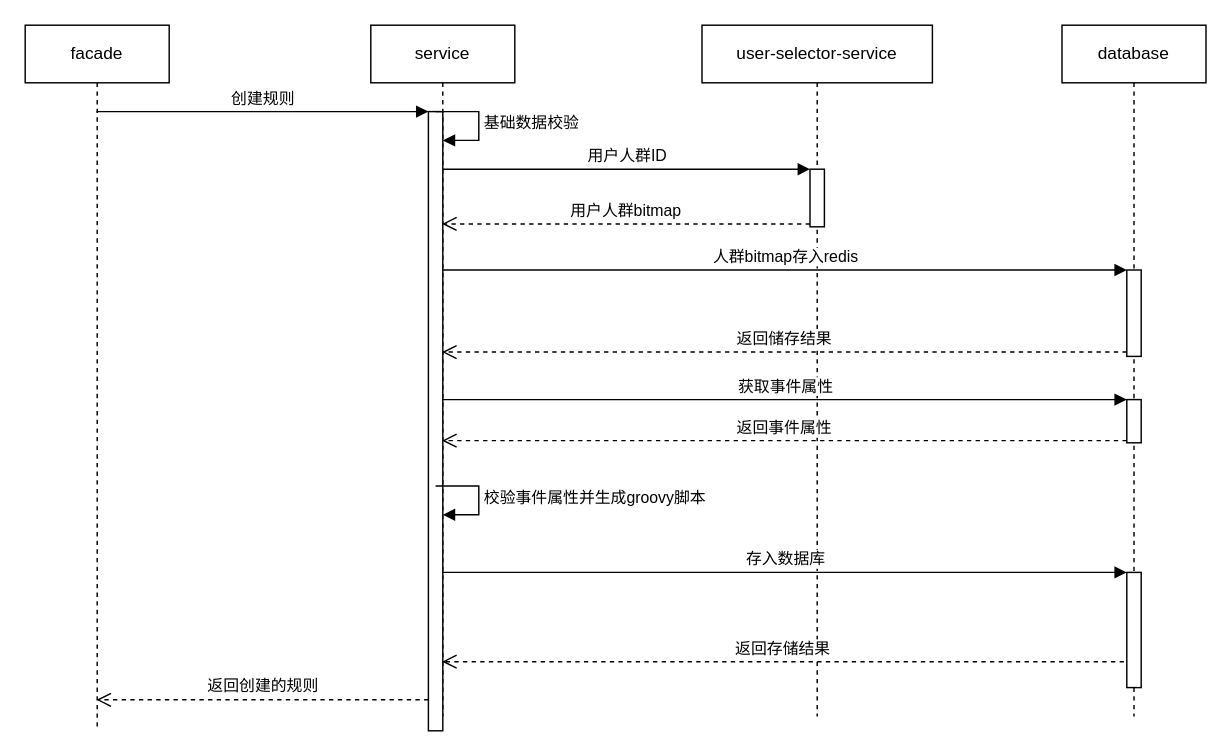
NeverMore93/draw keeps this draw.io diagram as 事件中心/规则时序图.drawio. Above is the earlier version. Source tidied: cells renumbered, new cells numbered last; positions are measured from the earlier drawing's top-left corner, leaving out a move shared by most shapes. Both pictures are drawn from the tidied source at 144%, with x=0, y=0 at pixel (24, 24).
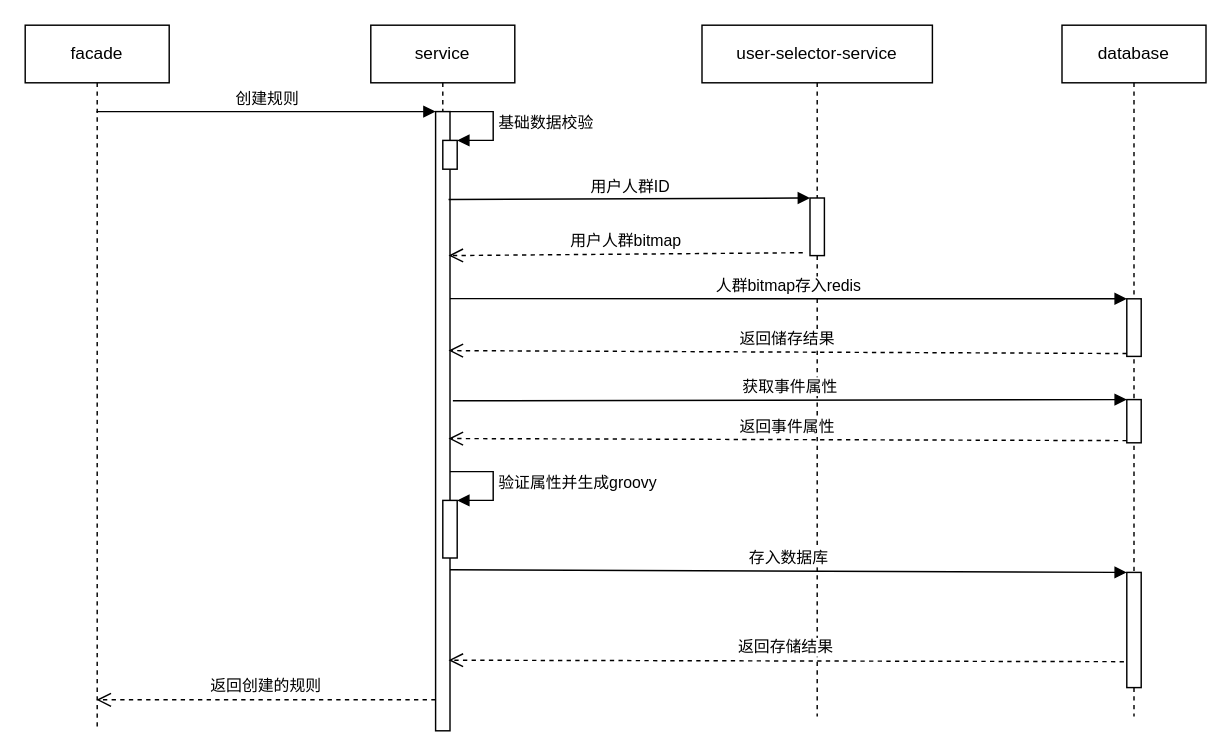
After the change.

Commit message (it also covers changes not shown here):
更新规则时序图.drawio

The change refers to these unchanged cells:
```xml
<mxCell id="4" value="user-selector-service" style="shape=umlLifeline;perimeter=lifelinePerimeter;whiteSpace=wrap;html=1;" parent="1" vertex="1">
  <mxGeometry x="470" width="160" height="480" as="geometry" />
</mxCell>
<mxCell id="10" value="database" style="shape=umlLifeline;perimeter=lifelinePerimeter;whiteSpace=wrap;html=1;" parent="1" vertex="1">
  <mxGeometry x="720" width="100" height="480" as="geometry" />
</mxCell>
<mxCell id="12" style="html=1;points=[];perimeter=orthogonalPerimeter;" parent="10" vertex="1">
  <mxGeometry x="45" y="380" width="10" height="80" as="geometry" />
</mxCell>
<mxCell id="13" style="html=1;points=[];perimeter=orthogonalPerimeter;" parent="10" vertex="1">
  <mxGeometry x="45" y="260" width="10" height="30" as="geometry" />
</mxCell>
```

Change to the diagram source:
```diff
@@
     <mxCell id="3" value="service" style="shape=umlLifeline;perimeter=lifelinePerimeter;whiteSpace=wrap;html=1;outlineConnect=0;" parent="1" vertex="1">
-      <mxGeometry x="240" width="100" height="480" as="geometry" />
+      <mxGeometry x="240" width="100" height="490" as="geometry" />
     </mxCell>
+    <mxCell id="18" style="html=1;points=[];perimeter=orthogonalPerimeter;" parent="3" vertex="1">
+      <mxGeometry x="45" y="60" width="10" height="430" as="geometry" />
+    </mxCell>
+    <mxCell id="23" style="html=1;points=[];perimeter=orthogonalPerimeter;" parent="3" vertex="1">
+      <mxGeometry x="50" y="330" width="10" height="40" as="geometry" />
+    </mxCell>
+    <mxCell id="24" value="验证属性并生成groovy" style="edgeStyle=orthogonalEdgeStyle;html=1;align=left;spacingLeft=2;endArrow=block;rounded=0;entryX=1;entryY=0;" parent="3" edge="1" target="23">
+      <mxGeometry relative="1" as="geometry">
+        <mxPoint x="55" y="310" as="sourcePoint" />
+        <Array as="points">
+          <mxPoint x="85" y="310" />
+        </Array>
+      </mxGeometry>
+    </mxCell>
+    <mxCell id="25" style="html=1;points=[];perimeter=orthogonalPerimeter;" parent="3" vertex="1">
+      <mxGeometry x="50" y="80" width="10" height="20" as="geometry" />
+    </mxCell>
+    <mxCell id="19" value="基础数据校验" style="edgeStyle=orthogonalEdgeStyle;html=1;align=left;spacingLeft=2;endArrow=block;rounded=0;entryX=1;entryY=0;" parent="3" edge="1" target="25">
+      <mxGeometry relative="1" as="geometry">
+        <mxPoint x="55" y="60" as="sourcePoint" />
+        <Array as="points">
+          <mxPoint x="85" y="60" />
+        </Array>
+      </mxGeometry>
+    </mxCell>
@@
     <mxCell id="5" style="html=1;points=[];perimeter=orthogonalPerimeter;" parent="4" vertex="1">
-      <mxGeometry x="75" y="100" width="10" height="40" as="geometry" />
+      <mxGeometry x="75" y="120" width="10" height="40" as="geometry" />
     </mxCell>
@@
-    <mxCell id="8" value="用户人群bitmap" style="html=1;verticalAlign=bottom;endArrow=open;dashed=1;endSize=8;exitX=0;exitY=0.95;rounded=0;" parent="1" edge="1" source="5" target="3">
-      <mxGeometry relative="1" as="geometry" />
+    <mxCell id="8" value="用户人群bitmap" style="html=1;verticalAlign=bottom;endArrow=open;dashed=1;endSize=8;rounded=0;" parent="1" edge="1">
+      <mxGeometry relative="1" as="geometry">
+        <mxPoint x="540" y="158" as="sourcePoint" />
+        <mxPoint x="294" y="160" as="targetPoint" />
+      </mxGeometry>
     </mxCell>
-    <mxCell id="9" value="用户人群ID" style="html=1;verticalAlign=bottom;endArrow=block;entryX=0;entryY=0;rounded=0;" parent="1" edge="1" source="3" target="5">
+    <mxCell id="9" value="用户人群ID" style="html=1;verticalAlign=bottom;endArrow=block;entryX=0;entryY=0;rounded=0;exitX=0.9;exitY=0.142;exitDx=0;exitDy=0;exitPerimeter=0;" parent="1" edge="1" source="18" target="5">
       <mxGeometry relative="1" as="geometry" />
     </mxCell>
@@
     <mxCell id="11" style="html=1;points=[];perimeter=orthogonalPerimeter;" parent="10" vertex="1">
-      <mxGeometry x="45" y="170" width="10" height="60" as="geometry" />
+      <mxGeometry x="45" y="190" width="10" height="40" as="geometry" />
     </mxCell>
@@
-    <mxCell id="14" value="人群bitmap存入redis" style="html=1;verticalAlign=bottom;endArrow=block;entryX=0;entryY=0;rounded=0;" parent="1" edge="1" source="3" target="11">
+    <mxCell id="14" value="人群bitmap存入redis" style="html=1;verticalAlign=bottom;endArrow=block;entryX=0;entryY=0;rounded=0;exitX=1;exitY=0.302;exitDx=0;exitDy=0;exitPerimeter=0;" parent="1" edge="1" source="18" target="11">
       <mxGeometry relative="1" as="geometry" />
     </mxCell>
-    <mxCell id="15" value="返回储存结果" style="html=1;verticalAlign=bottom;endArrow=open;dashed=1;endSize=8;exitX=0;exitY=0.95;rounded=0;" parent="1" edge="1" source="11" target="3">
+    <mxCell id="15" value="返回储存结果" style="html=1;verticalAlign=bottom;endArrow=open;dashed=1;endSize=8;exitX=0;exitY=0.95;rounded=0;entryX=0.9;entryY=0.386;entryDx=0;entryDy=0;entryPerimeter=0;" parent="1" edge="1" source="11" target="18">
       <mxGeometry relative="1" as="geometry" />
     </mxCell>
-    <mxCell id="16" value="存入数据库" style="html=1;verticalAlign=bottom;endArrow=block;entryX=0;entryY=0;rounded=0;" parent="1" edge="1" source="3" target="12">
+    <mxCell id="16" value="存入数据库" style="html=1;verticalAlign=bottom;endArrow=block;entryX=0;entryY=0;rounded=0;exitX=1;exitY=0.74;exitDx=0;exitDy=0;exitPerimeter=0;" parent="1" edge="1" source="18" target="12">
       <mxGeometry relative="1" as="geometry" />
     </mxCell>
-    <mxCell id="17" value="返回存储结果" style="html=1;verticalAlign=bottom;endArrow=open;dashed=1;endSize=8;exitX=-0.2;exitY=0.775;rounded=0;exitDx=0;exitDy=0;exitPerimeter=0;" parent="1" edge="1" source="12" target="3">
+    <mxCell id="17" value="返回存储结果" style="html=1;verticalAlign=bottom;endArrow=open;dashed=1;endSize=8;exitX=-0.2;exitY=0.775;rounded=0;exitDx=0;exitDy=0;exitPerimeter=0;entryX=0.9;entryY=0.886;entryDx=0;entryDy=0;entryPerimeter=0;" parent="1" edge="1" source="12" target="18">
       <mxGeometry relative="1" as="geometry" />
     </mxCell>
-    <mxCell id="18" style="html=1;points=[];perimeter=orthogonalPerimeter;" parent="1" vertex="1">
-      <mxGeometry x="280" y="60" width="10" height="430" as="geometry" />
-    </mxCell>
-    <mxCell id="19" value="基础数据校验" style="edgeStyle=orthogonalEdgeStyle;html=1;align=left;spacingLeft=2;endArrow=block;rounded=0;entryX=1;entryY=0;" parent="1" edge="1">
-      <mxGeometry relative="1" as="geometry">
-        <mxPoint x="285" y="60" as="sourcePoint" />
-        <mxPoint x="290" y="80" as="targetPoint" />
-        <Array as="points">
-          <mxPoint x="315" y="60" />
-        </Array>
-      </mxGeometry>
-    </mxCell>
-    <mxCell id="20" value="获取事件属性" style="html=1;verticalAlign=bottom;endArrow=block;entryX=0;entryY=0;rounded=0;" parent="1" edge="1" source="3" target="13">
+    <mxCell id="20" value="获取事件属性" style="html=1;verticalAlign=bottom;endArrow=block;entryX=0;entryY=0;rounded=0;exitX=1.2;exitY=0.467;exitDx=0;exitDy=0;exitPerimeter=0;" parent="1" edge="1" source="18" target="13">
       <mxGeometry relative="1" as="geometry" />
     </mxCell>
-    <mxCell id="21" value="返回事件属性" style="html=1;verticalAlign=bottom;endArrow=open;dashed=1;endSize=8;exitX=0;exitY=0.95;rounded=0;" parent="1" edge="1" source="13" target="3">
+    <mxCell id="21" value="返回事件属性" style="html=1;verticalAlign=bottom;endArrow=open;dashed=1;endSize=8;exitX=0;exitY=0.95;rounded=0;entryX=0.9;entryY=0.528;entryDx=0;entryDy=0;entryPerimeter=0;" parent="1" edge="1" source="13" target="18">
       <mxGeometry relative="1" as="geometry" />
     </mxCell>
-    <mxCell id="22" value="校验事件属性并生成groovy脚本" style="edgeStyle=orthogonalEdgeStyle;html=1;align=left;spacingLeft=2;endArrow=block;rounded=0;entryX=1;entryY=0;" parent="1" edge="1">
-      <mxGeometry relative="1" as="geometry">
-        <mxPoint x="285" y="320" as="sourcePoint" />
-        <mxPoint x="290" y="340" as="targetPoint" />
-        <Array as="points">
-          <mxPoint x="315" y="320" />
-        </Array>
-      </mxGeometry>
-    </mxCell>
```
